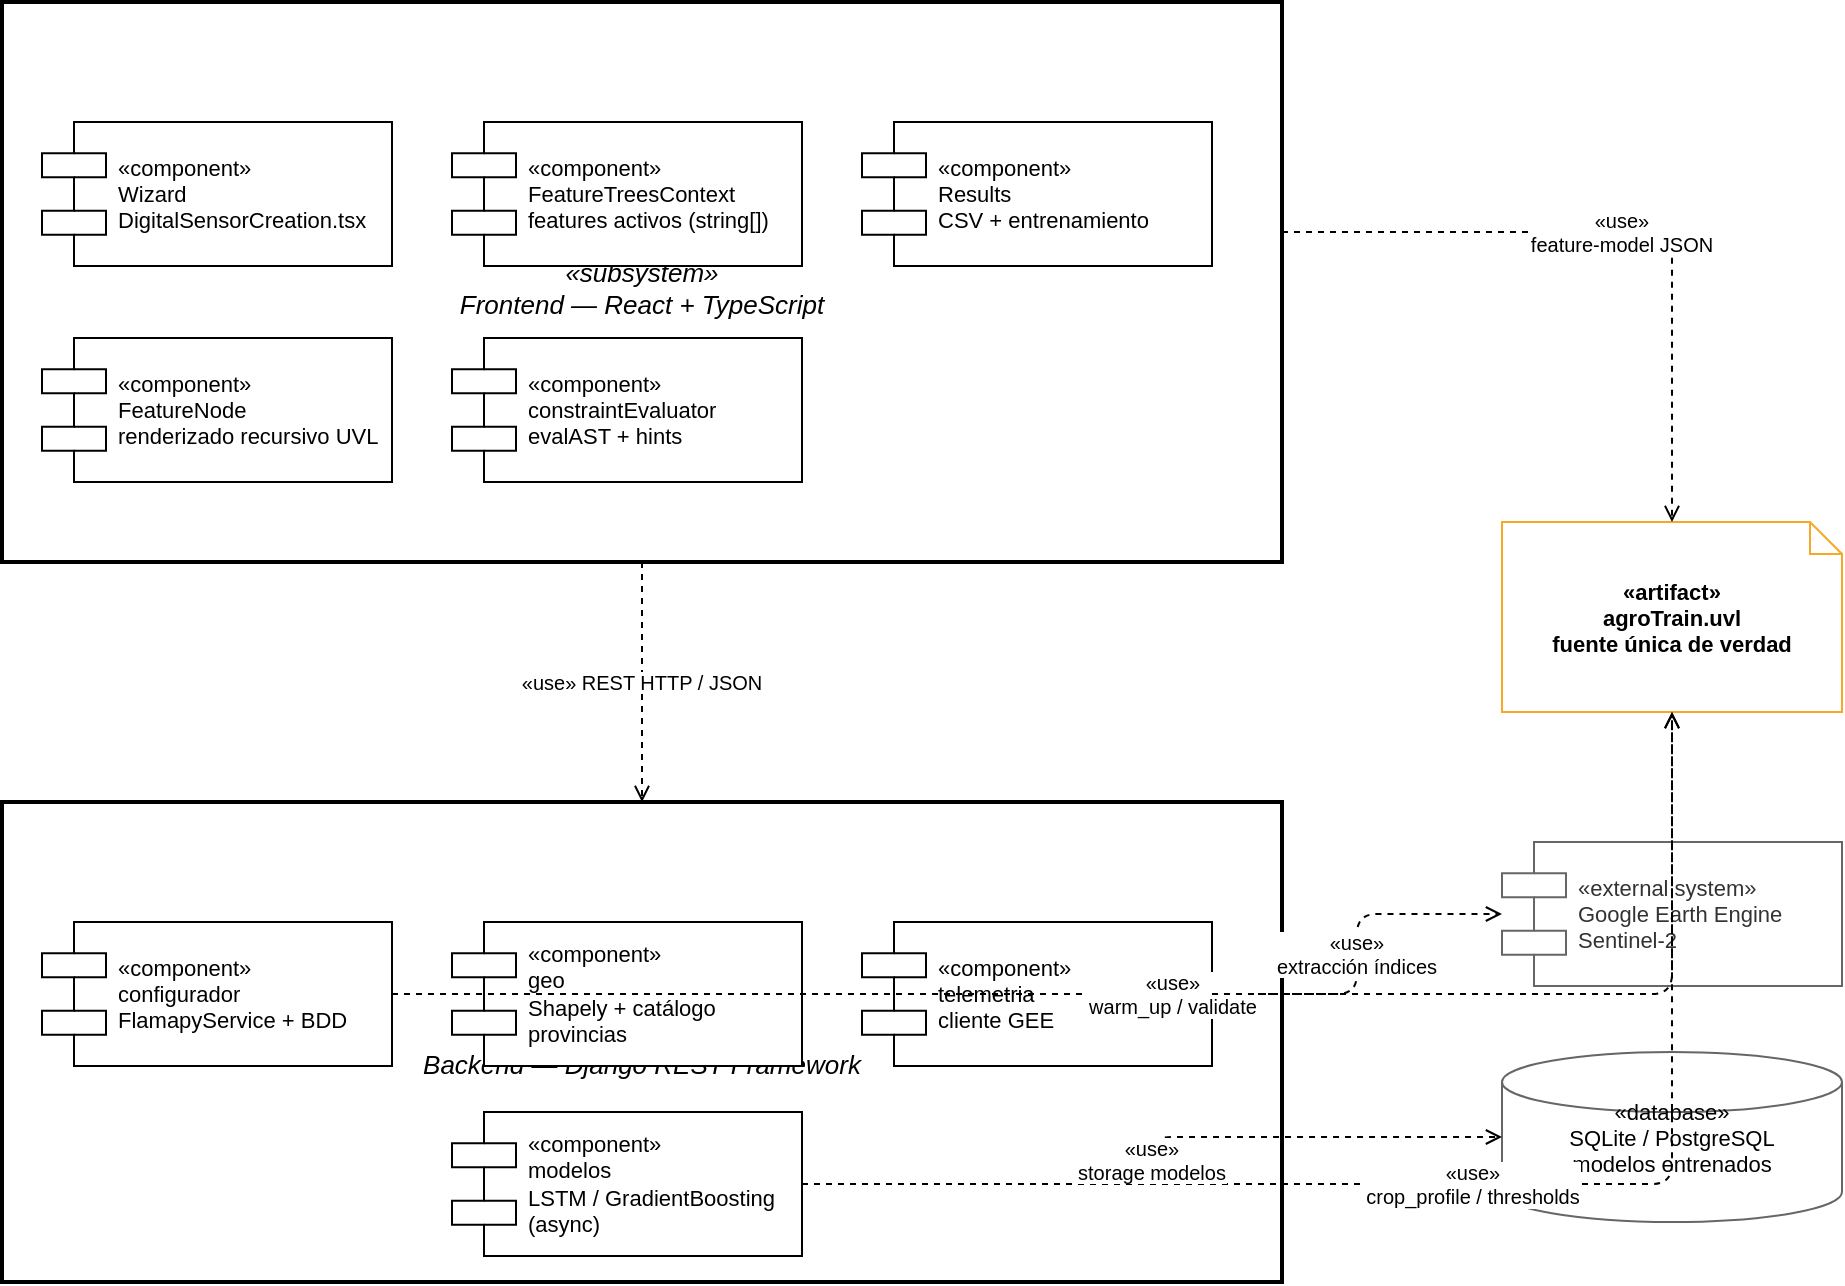
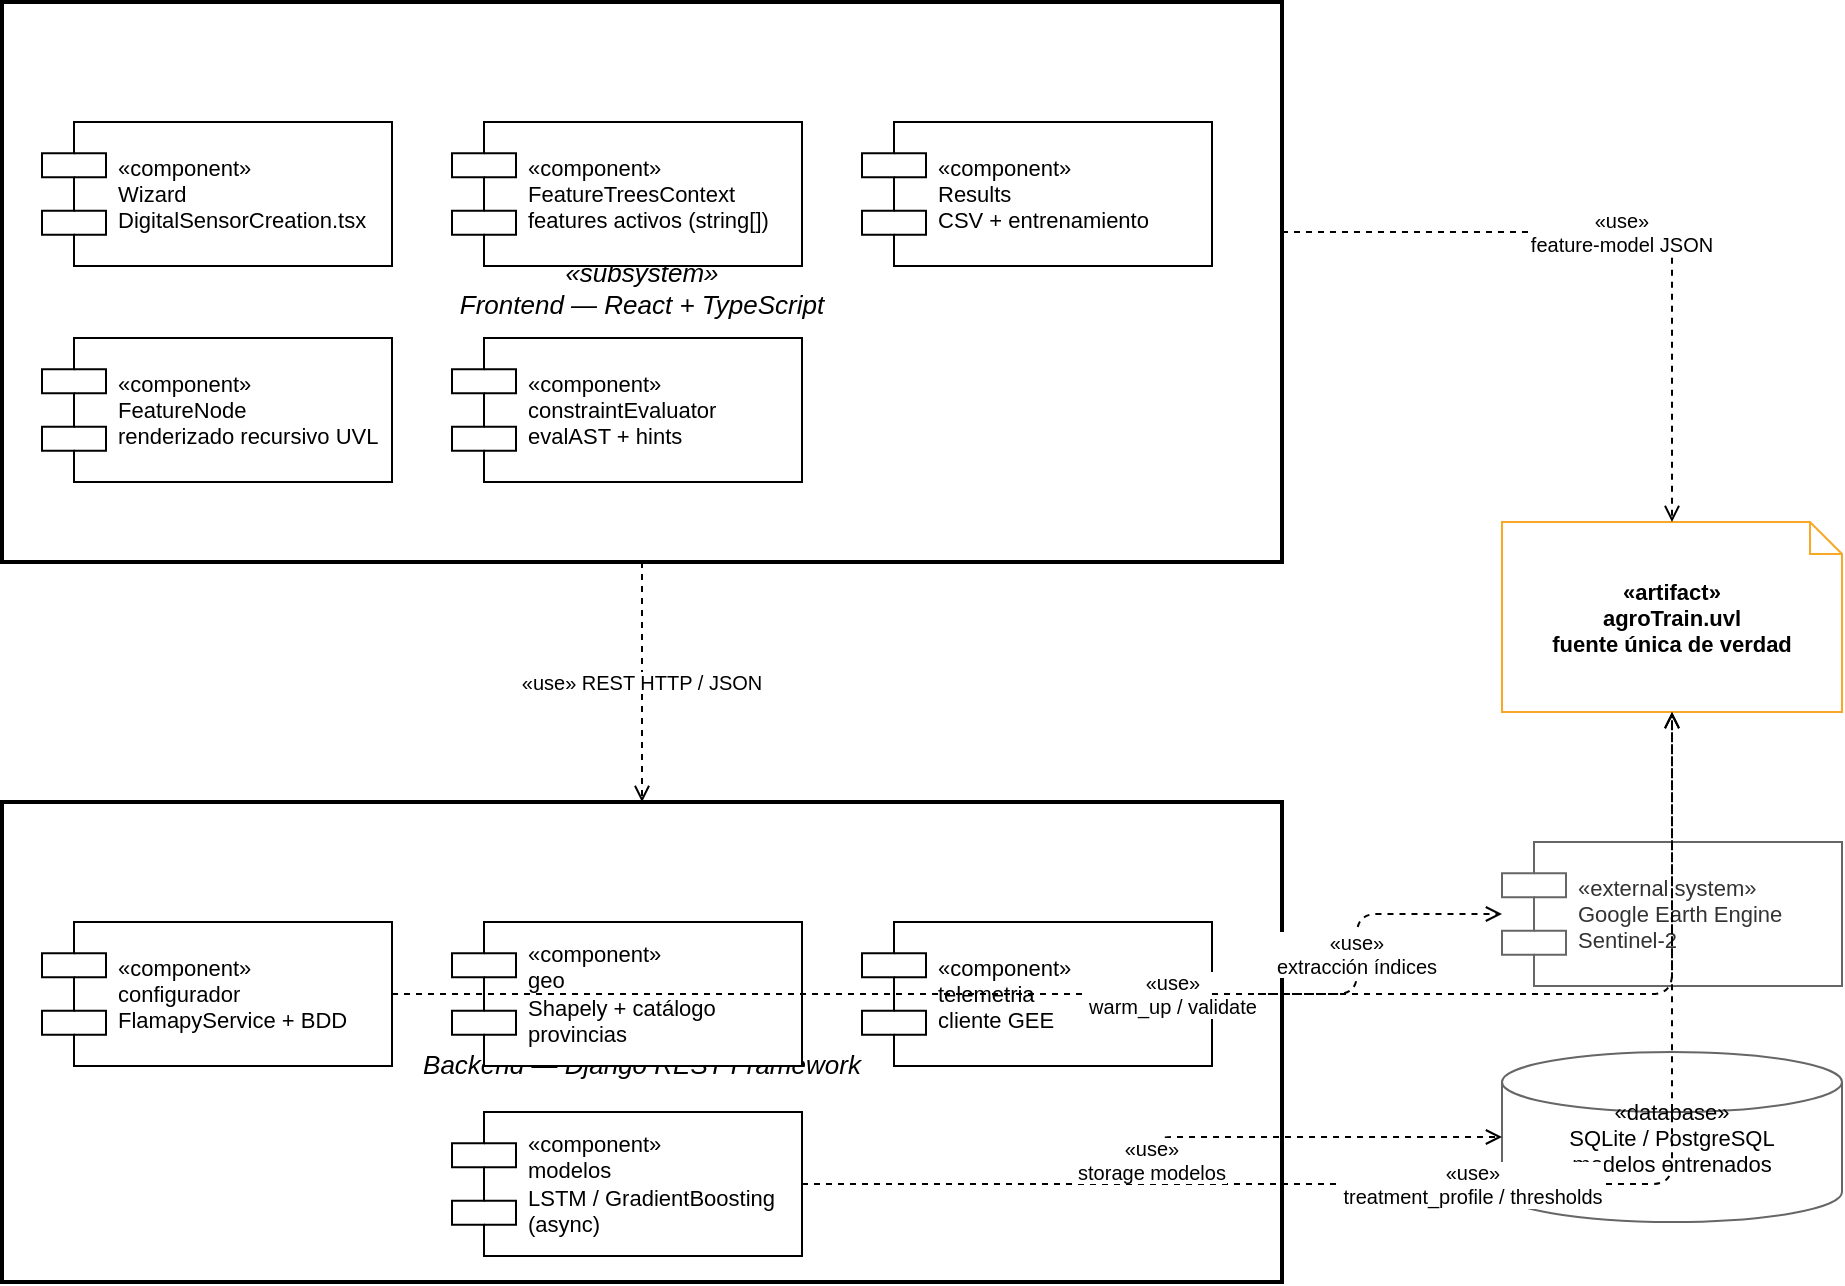
- <mxGraphModel dx="1422" dy="762" grid="1" gridSize="10" guides="1" tooltips="1" connect="1" arrows="1" fold="1" page="1" pageScale="1" pageWidth="1169" pageHeight="827" math="0" shadow="0">
+ ﻿<mxGraphModel dx="1422" dy="762" grid="1" gridSize="10" guides="1" tooltips="1" connect="1" arrows="1" fold="1" page="1" pageScale="1" pageWidth="1169" pageHeight="827" math="0" shadow="0">
  <root>
    <mxCell id="0" />
    <mxCell id="1" parent="0" />

    <!-- FRONTEND subsystem -->
    <mxCell id="fe-pkg" value="«subsystem»&#xa;Frontend — React + TypeScript"
      style="rounded=0;whiteSpace=wrap;container=1;collapsible=0;
             dashed=1;dashPattern=8 4;strokeWidth=2;
             verticalAlign=top;fontStyle=2;fontSize=13;align=center;spacingTop=5;"
      vertex="1" parent="1">
      <mxGeometry x="40" y="40" width="640" height="280" as="geometry" />
    </mxCell>

    <mxCell id="fe-wizard" value="«component»&#xa;Wizard&#xa;DigitalSensorCreation.tsx"
      style="shape=component;align=left;spacingLeft=36;whiteSpace=wrap;fontSize=11;"
      vertex="1" parent="fe-pkg">
      <mxGeometry x="20" y="60" width="175" height="72" as="geometry" />
    </mxCell>

    <mxCell id="fe-ctx" value="«component»&#xa;FeatureTreesContext&#xa;features activos (string[])"
      style="shape=component;align=left;spacingLeft=36;whiteSpace=wrap;fontSize=11;"
      vertex="1" parent="fe-pkg">
      <mxGeometry x="225" y="60" width="175" height="72" as="geometry" />
    </mxCell>

    <mxCell id="fe-results" value="«component»&#xa;Results&#xa;CSV + entrenamiento"
      style="shape=component;align=left;spacingLeft=36;whiteSpace=wrap;fontSize=11;"
      vertex="1" parent="fe-pkg">
      <mxGeometry x="430" y="60" width="175" height="72" as="geometry" />
    </mxCell>

    <mxCell id="fe-node" value="«component»&#xa;FeatureNode&#xa;renderizado recursivo UVL"
      style="shape=component;align=left;spacingLeft=36;whiteSpace=wrap;fontSize=11;"
      vertex="1" parent="fe-pkg">
      <mxGeometry x="20" y="168" width="175" height="72" as="geometry" />
    </mxCell>

    <mxCell id="fe-eval" value="«component»&#xa;constraintEvaluator&#xa;evalAST + hints"
      style="shape=component;align=left;spacingLeft=36;whiteSpace=wrap;fontSize=11;"
      vertex="1" parent="fe-pkg">
      <mxGeometry x="225" y="168" width="175" height="72" as="geometry" />
    </mxCell>

    <!-- BACKEND subsystem -->
    <mxCell id="be-pkg" value="«subsystem»&#xa;Backend — Django REST Framework"
      style="rounded=0;whiteSpace=wrap;container=1;collapsible=0;
             dashed=1;dashPattern=8 4;strokeWidth=2;
             verticalAlign=top;fontStyle=2;fontSize=13;align=center;spacingTop=5;"
      vertex="1" parent="1">
      <mxGeometry x="40" y="440" width="640" height="240" as="geometry" />
    </mxCell>

    <mxCell id="be-conf" value="«component»&#xa;configurador&#xa;FlamapyService + BDD"
      style="shape=component;align=left;spacingLeft=36;whiteSpace=wrap;fontSize=11;"
      vertex="1" parent="be-pkg">
      <mxGeometry x="20" y="60" width="175" height="72" as="geometry" />
    </mxCell>

    <mxCell id="be-geo" value="«component»&#xa;geo&#xa;Shapely + catálogo provincias"
      style="shape=component;align=left;spacingLeft=36;whiteSpace=wrap;fontSize=11;"
      vertex="1" parent="be-pkg">
      <mxGeometry x="225" y="60" width="175" height="72" as="geometry" />
    </mxCell>

    <mxCell id="be-tel" value="«component»&#xa;telemetria&#xa;cliente GEE"
      style="shape=component;align=left;spacingLeft=36;whiteSpace=wrap;fontSize=11;"
      vertex="1" parent="be-pkg">
      <mxGeometry x="430" y="60" width="175" height="72" as="geometry" />
    </mxCell>

    <mxCell id="be-mod" value="«component»&#xa;modelos&#xa;LSTM / GradientBoosting (async)"
      style="shape=component;align=left;spacingLeft=36;whiteSpace=wrap;fontSize=11;"
      vertex="1" parent="be-pkg">
      <mxGeometry x="225" y="155" width="175" height="72" as="geometry" />
    </mxCell>

    <!-- UVL artifact -->
    <mxCell id="uvl" value="«artifact»&#xa;agroTrain.uvl&#xa;fuente única de verdad"
      style="shape=note;whiteSpace=wrap;fontSize=11;fontStyle=1;size=16;
             fillColor=#fffde7;strokeColor=#f9a825;"
      vertex="1" parent="1">
      <mxGeometry x="790" y="300" width="170" height="95" as="geometry" />
    </mxCell>

    <!-- GEE external system -->
    <mxCell id="gee" value="«external system»&#xa;Google Earth Engine&#xa;Sentinel-2"
      style="shape=component;align=left;spacingLeft=36;whiteSpace=wrap;fontSize=11;
             fillColor=#f5f5f5;strokeColor=#666666;fontColor=#333333;"
      vertex="1" parent="1">
      <mxGeometry x="790" y="460" width="170" height="72" as="geometry" />
    </mxCell>

    <!-- Database -->
    <mxCell id="db" value="«database»&#xa;SQLite / PostgreSQL&#xa;modelos entrenados"
      style="shape=cylinder3;whiteSpace=wrap;fontSize=11;
             fillColor=#f5f5f5;strokeColor=#666666;"
      vertex="1" parent="1">
      <mxGeometry x="790" y="565" width="170" height="85" as="geometry" />
    </mxCell>

    <!-- EDGES -->

    <!-- Frontend -> Backend: REST -->
    <mxCell id="e-rest" value="«use» REST HTTP / JSON"
      style="dashed=1;endArrow=open;endFill=0;edgeStyle=orthogonalEdgeStyle;fontSize=10;"
      edge="1" source="fe-pkg" target="be-pkg" parent="1">
      <mxGeometry relative="1" as="geometry" />
    </mxCell>

    <!-- configurador <<use>> UVL -->
    <mxCell id="e-conf-uvl" value="«use»&#xa;warm_up / validate"
      style="dashed=1;endArrow=open;endFill=0;edgeStyle=orthogonalEdgeStyle;fontSize=10;"
      edge="1" source="be-conf" target="uvl" parent="1">
      <mxGeometry relative="1" as="geometry" />
    </mxCell>

    <!-- modelos <<use>> UVL -->
-     <mxCell id="e-mod-uvl" value="«use»&#xa;crop_profile / thresholds"
+     <mxCell id="e-mod-uvl" value="«use»&#xa;treatment_profile / thresholds"
      style="dashed=1;endArrow=open;endFill=0;edgeStyle=orthogonalEdgeStyle;fontSize=10;"
      edge="1" source="be-mod" target="uvl" parent="1">
      <mxGeometry relative="1" as="geometry" />
    </mxCell>

    <!-- telemetria <<use>> GEE -->
    <mxCell id="e-tel-gee" value="«use»&#xa;extracción índices"
      style="dashed=1;endArrow=open;endFill=0;edgeStyle=orthogonalEdgeStyle;fontSize=10;"
      edge="1" source="be-tel" target="gee" parent="1">
      <mxGeometry relative="1" as="geometry" />
    </mxCell>

    <!-- modelos <<use>> DB -->
    <mxCell id="e-mod-db" value="«use»&#xa;storage modelos"
      style="dashed=1;endArrow=open;endFill=0;edgeStyle=orthogonalEdgeStyle;fontSize=10;"
      edge="1" source="be-mod" target="db" parent="1">
      <mxGeometry relative="1" as="geometry" />
    </mxCell>

    <!-- Frontend <<use>> UVL (via API, feature-model endpoint) -->
    <mxCell id="e-fe-uvl" value="«use»&#xa;feature-model JSON"
      style="dashed=1;endArrow=open;endFill=0;edgeStyle=orthogonalEdgeStyle;fontSize=10;"
      edge="1" source="fe-pkg" target="uvl" parent="1">
      <mxGeometry relative="1" as="geometry">
        <Array as="points">
          <mxPoint x="750" y="155" />
          <mxPoint x="875" y="155" />
        </Array>
      </mxGeometry>
    </mxCell>

  </root>
</mxGraphModel>
+ 
